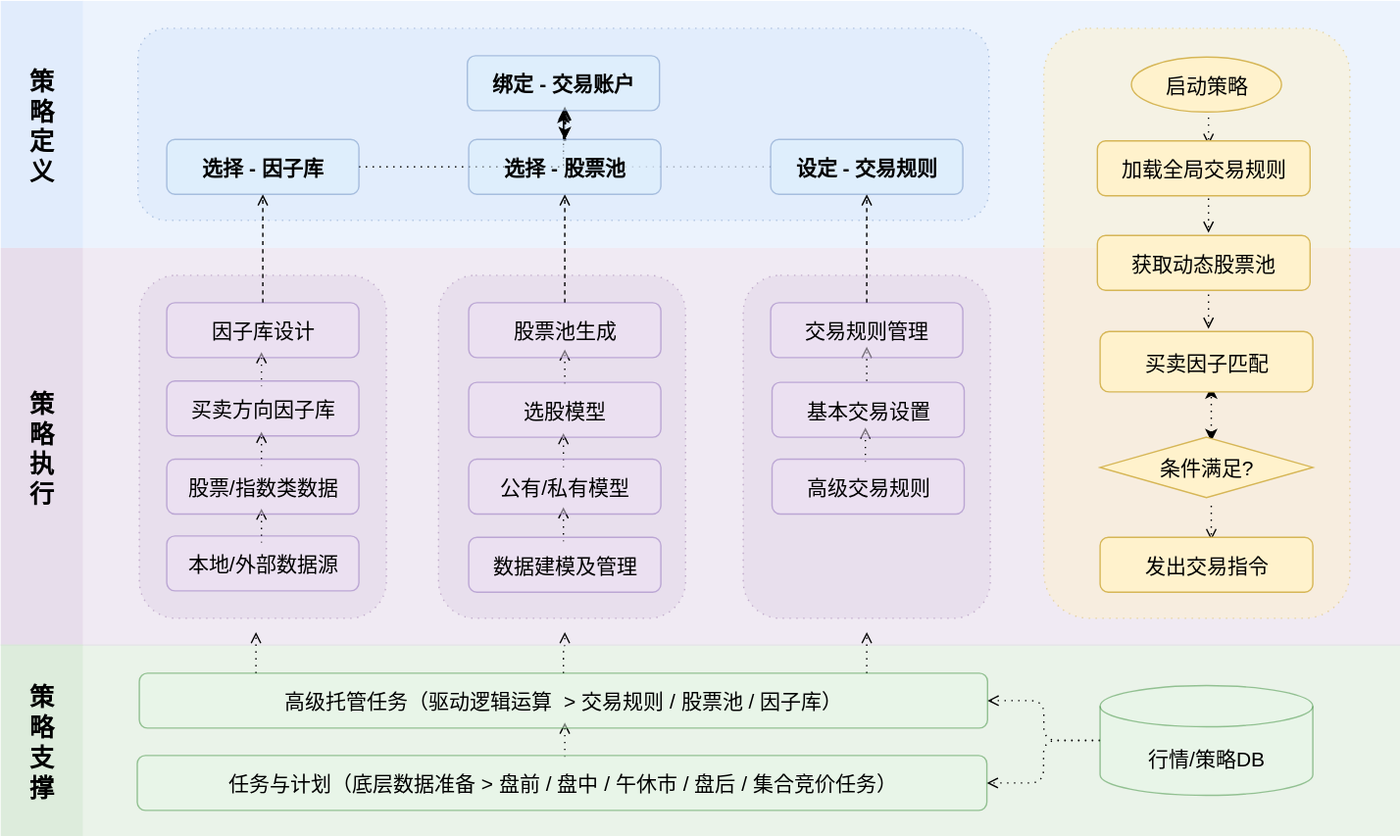
Before: images/arch_diagram.svg, a diagram exported from draw.io (huabolu/tradestack). Source tidied: cells renumbered, new cells last; positions are measured from the earlier drawing's top-left corner, leaving out a move shared by most shapes.
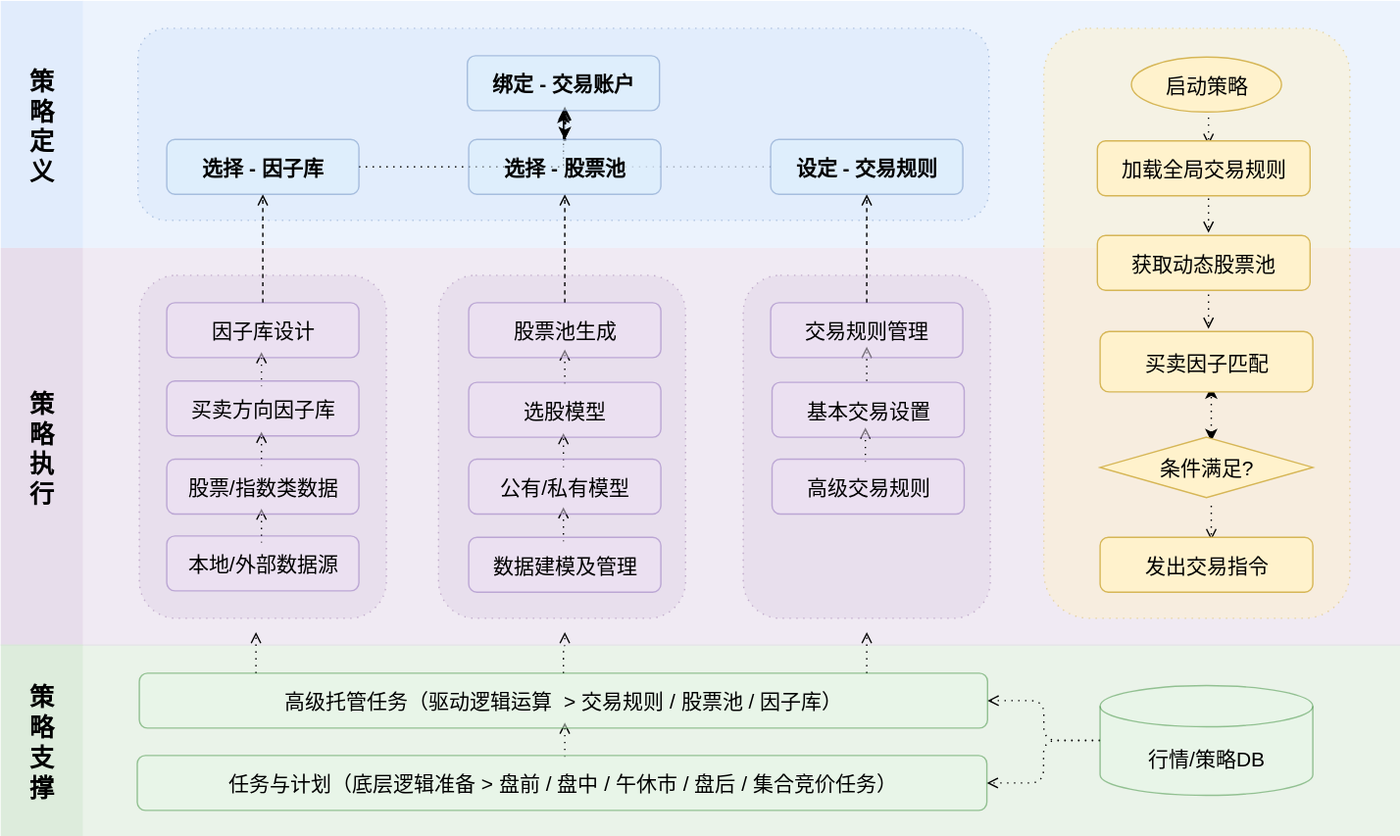
The same file after the commit.

What changed in the source:
```diff
@@ -171,7 +171,7 @@
     <mxCell id="38" value="策&#10;略&#10;定&#10;义" style="rounded=0;fillColor=#dae8fc;strokeColor=none;fontSize=18;fontStyle=1;align=center;verticalAlign=middle;opacity=80;" parent="1" vertex="1">
       <mxGeometry width="60" height="180" as="geometry" />
     </mxCell>
-    <mxCell id="39" value="&lt;font style=&quot;font-size: 15px;&quot;&gt;任务与计划（底层数据准备 &amp;gt; 盘前 / 盘中 / 午休市 / 盘后 / 集合竞价任务）&lt;/font&gt;" style="rounded=1;whiteSpace=wrap;html=1;fillColor=#e8f8e8;strokeColor=#3c8d3c;fontSize=11;opacity=50;" parent="1" vertex="1">
+    <mxCell id="39" value="&lt;font style=&quot;font-size: 15px;&quot;&gt;任务与计划（底层逻辑准备 &amp;gt; 盘前 / 盘中 / 午休市 / 盘后 / 集合竞价任务）&lt;/font&gt;" style="rounded=1;whiteSpace=wrap;html=1;fillColor=#e8f8e8;strokeColor=#3c8d3c;fontSize=11;opacity=50;" parent="1" vertex="1">
       <mxGeometry x="99.5" y="550" width="619" height="40" as="geometry" />
     </mxCell>
     <mxCell id="40" value="&lt;span style=&quot;font-size: 15px;&quot;&gt;设定 - 交易规则&lt;/span&gt;" style="rounded=1;whiteSpace=wrap;html=1;fillColor=#dbeffd;strokeColor=#6c8ebf;fontSize=12;fontStyle=1;opacity=50;" parent="1" vertex="1">
```
